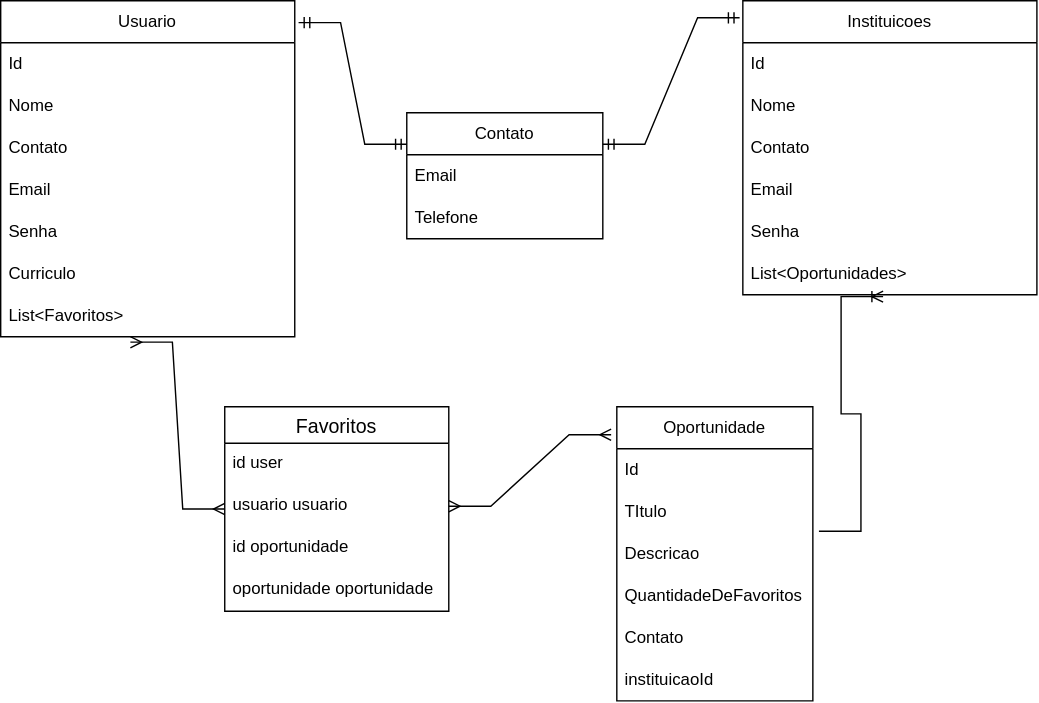
Earlier version of the draw.io export docs/WO.diagram.svg (bibi-eight/WO). Source tidied: cells renumbered, new cells last; positions are measured from the earlier drawing's top-left corner, leaving out a move shared by most shapes.
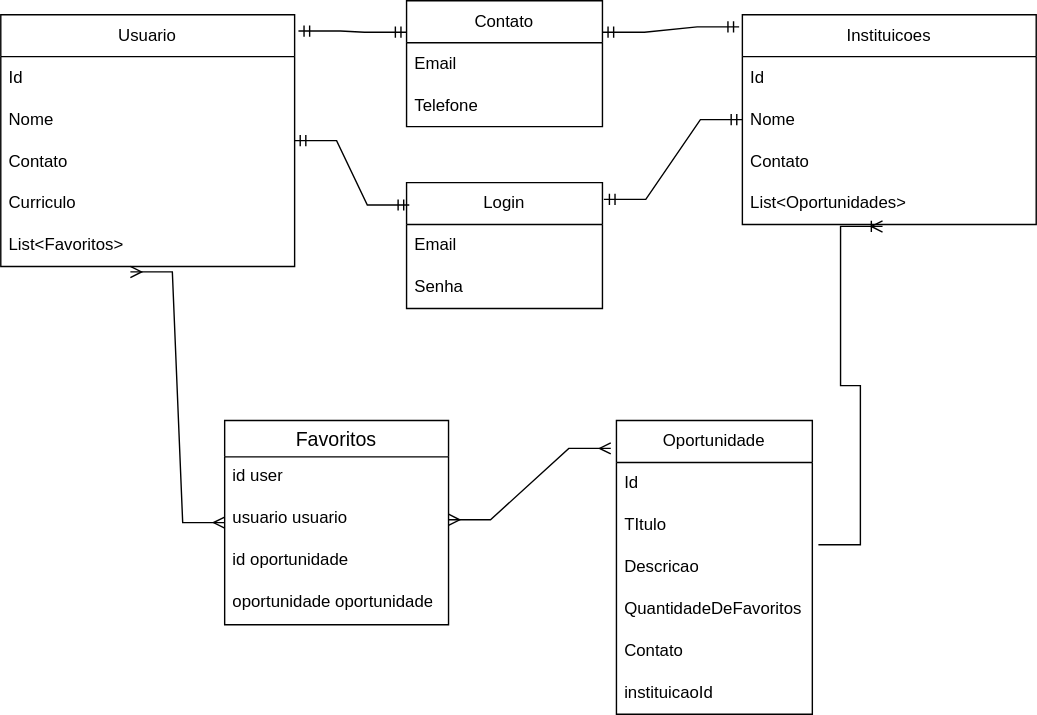
The same file after the commit.

Commit message:
incluindo novo objeto de valor Login

What changed in the source:
```diff
@@ -3,7 +3,7 @@
     <mxCell id="0" />
     <mxCell id="1" parent="0" />
     <mxCell id="2" value="Usuario" style="swimlane;fontStyle=0;horizontal=1;startSize=30;whiteSpace=wrap;html=1;" parent="1" vertex="1">
-      <mxGeometry width="210" height="240" as="geometry" />
+      <mxGeometry width="210" height="180" as="geometry" />
     </mxCell>
     <mxCell id="3" value="Id" style="text;strokeColor=none;fillColor=none;align=left;verticalAlign=middle;spacingLeft=4;spacingRight=4;overflow=hidden;whiteSpace=wrap;html=1;" parent="2" vertex="1">
       <mxGeometry y="30" width="210" height="30" as="geometry" />
@@ -14,20 +14,14 @@
     <mxCell id="5" value="Contato" style="text;strokeColor=none;fillColor=none;align=left;verticalAlign=middle;spacingLeft=4;spacingRight=4;overflow=hidden;whiteSpace=wrap;html=1;" parent="2" vertex="1">
       <mxGeometry y="90" width="210" height="30" as="geometry" />
     </mxCell>
-    <mxCell id="6" value="Email" style="text;strokeColor=none;fillColor=none;align=left;verticalAlign=middle;spacingLeft=4;spacingRight=4;overflow=hidden;whiteSpace=wrap;html=1;" parent="2" vertex="1">
-      <mxGeometry y="120" width="210" height="30" as="geometry" />
-    </mxCell>
-    <mxCell id="7" value="Senha" style="text;strokeColor=none;fillColor=none;align=left;verticalAlign=middle;spacingLeft=4;spacingRight=4;overflow=hidden;whiteSpace=wrap;html=1;" parent="2" vertex="1">
-      <mxGeometry y="150" width="210" height="30" as="geometry" />
-    </mxCell>
     <mxCell id="8" value="Curriculo" style="text;strokeColor=none;fillColor=none;align=left;verticalAlign=middle;spacingLeft=4;spacingRight=4;overflow=hidden;whiteSpace=wrap;html=1;" parent="2" vertex="1">
-      <mxGeometry y="180" width="210" height="30" as="geometry" />
+      <mxGeometry y="120" width="210" height="30" as="geometry" />
     </mxCell>
     <mxCell id="9" value="List&amp;lt;Favoritos&amp;gt;" style="text;strokeColor=none;fillColor=none;align=left;verticalAlign=middle;spacingLeft=4;spacingRight=4;overflow=hidden;points=[[0,0.5],[1,0.5]];portConstraint=eastwest;whiteSpace=wrap;html=1;" parent="2" vertex="1">
-      <mxGeometry y="210" width="210" height="30" as="geometry" />
+      <mxGeometry y="150" width="210" height="30" as="geometry" />
     </mxCell>
     <mxCell id="10" value="Instituicoes" style="swimlane;fontStyle=0;horizontal=1;startSize=30;whiteSpace=wrap;html=1;" parent="1" vertex="1">
-      <mxGeometry x="530" width="210" height="210" as="geometry" />
+      <mxGeometry x="530" width="210" height="150" as="geometry" />
     </mxCell>
     <mxCell id="11" value="Id" style="text;strokeColor=none;fillColor=none;align=left;verticalAlign=middle;spacingLeft=4;spacingRight=4;overflow=hidden;whiteSpace=wrap;html=1;" parent="10" vertex="1">
       <mxGeometry y="30" width="210" height="30" as="geometry" />
@@ -38,17 +32,11 @@
     <mxCell id="13" value="Contato" style="text;strokeColor=none;fillColor=none;align=left;verticalAlign=middle;spacingLeft=4;spacingRight=4;overflow=hidden;whiteSpace=wrap;html=1;" parent="10" vertex="1">
       <mxGeometry y="90" width="210" height="30" as="geometry" />
     </mxCell>
-    <mxCell id="14" value="Email" style="text;strokeColor=none;fillColor=none;align=left;verticalAlign=middle;spacingLeft=4;spacingRight=4;overflow=hidden;whiteSpace=wrap;html=1;" parent="10" vertex="1">
-      <mxGeometry y="120" width="210" height="30" as="geometry" />
-    </mxCell>
-    <mxCell id="15" value="Senha" style="text;strokeColor=none;fillColor=none;align=left;verticalAlign=middle;spacingLeft=4;spacingRight=4;overflow=hidden;whiteSpace=wrap;html=1;" parent="10" vertex="1">
-      <mxGeometry y="150" width="210" height="30" as="geometry" />
-    </mxCell>
     <mxCell id="16" value="List&amp;lt;Oportunidades&amp;gt;" style="text;strokeColor=none;fillColor=none;align=left;verticalAlign=middle;spacingLeft=4;spacingRight=4;overflow=hidden;points=[[0,0.5],[1,0.5]];portConstraint=eastwest;whiteSpace=wrap;html=1;" parent="10" vertex="1">
-      <mxGeometry y="180" width="210" height="30" as="geometry" />
+      <mxGeometry y="120" width="210" height="30" as="geometry" />
     </mxCell>
     <mxCell id="17" value="Contato" style="swimlane;fontStyle=0;horizontal=1;startSize=30;whiteSpace=wrap;html=1;" parent="1" vertex="1">
-      <mxGeometry x="290" y="80" width="140" height="90" as="geometry" />
+      <mxGeometry x="290" y="-10" width="140" height="90" as="geometry" />
     </mxCell>
     <mxCell id="18" value="Email" style="text;strokeColor=none;fillColor=none;align=left;verticalAlign=middle;spacingLeft=4;spacingRight=4;overflow=hidden;whiteSpace=wrap;html=1;" parent="17" vertex="1">
       <mxGeometry y="30" width="140" height="30" as="geometry" />
@@ -111,5 +99,20 @@
         </Array>
       </mxGeometry>
     </mxCell>
+    <mxCell id="37" value="Login" style="swimlane;fontStyle=0;horizontal=1;startSize=30;whiteSpace=wrap;html=1;" parent="1" vertex="1">
+      <mxGeometry x="290" y="120" width="140" height="90" as="geometry" />
+    </mxCell>
+    <mxCell id="38" value="Email" style="text;strokeColor=none;fillColor=none;align=left;verticalAlign=middle;spacingLeft=4;spacingRight=4;overflow=hidden;whiteSpace=wrap;html=1;" parent="37" vertex="1">
+      <mxGeometry y="30" width="140" height="30" as="geometry" />
+    </mxCell>
+    <mxCell id="15" value="Senha" style="text;strokeColor=none;fillColor=none;align=left;verticalAlign=middle;spacingLeft=4;spacingRight=4;overflow=hidden;whiteSpace=wrap;html=1;" parent="37" vertex="1">
+      <mxGeometry y="60" width="140" height="30" as="geometry" />
+    </mxCell>
+    <mxCell id="39" style="edgeStyle=entityRelationEdgeStyle;fontSize=12;html=1;endArrow=ERmandOne;startArrow=ERmandOne;rounded=0;entryX=0.014;entryY=0.178;entryDx=0;entryDy=0;entryPerimeter=0;" parent="1" edge="1" source="2" target="37">
+      <mxGeometry relative="1" as="geometry" />
+    </mxCell>
+    <mxCell id="40" style="edgeStyle=entityRelationEdgeStyle;fontSize=12;html=1;endArrow=ERmandOne;startArrow=ERmandOne;rounded=0;exitX=1.007;exitY=0.133;exitDx=0;exitDy=0;exitPerimeter=0;" parent="1" edge="1" source="37" target="10">
+      <mxGeometry relative="1" as="geometry" />
+    </mxCell>
   </root>
 </mxGraphModel>
```
